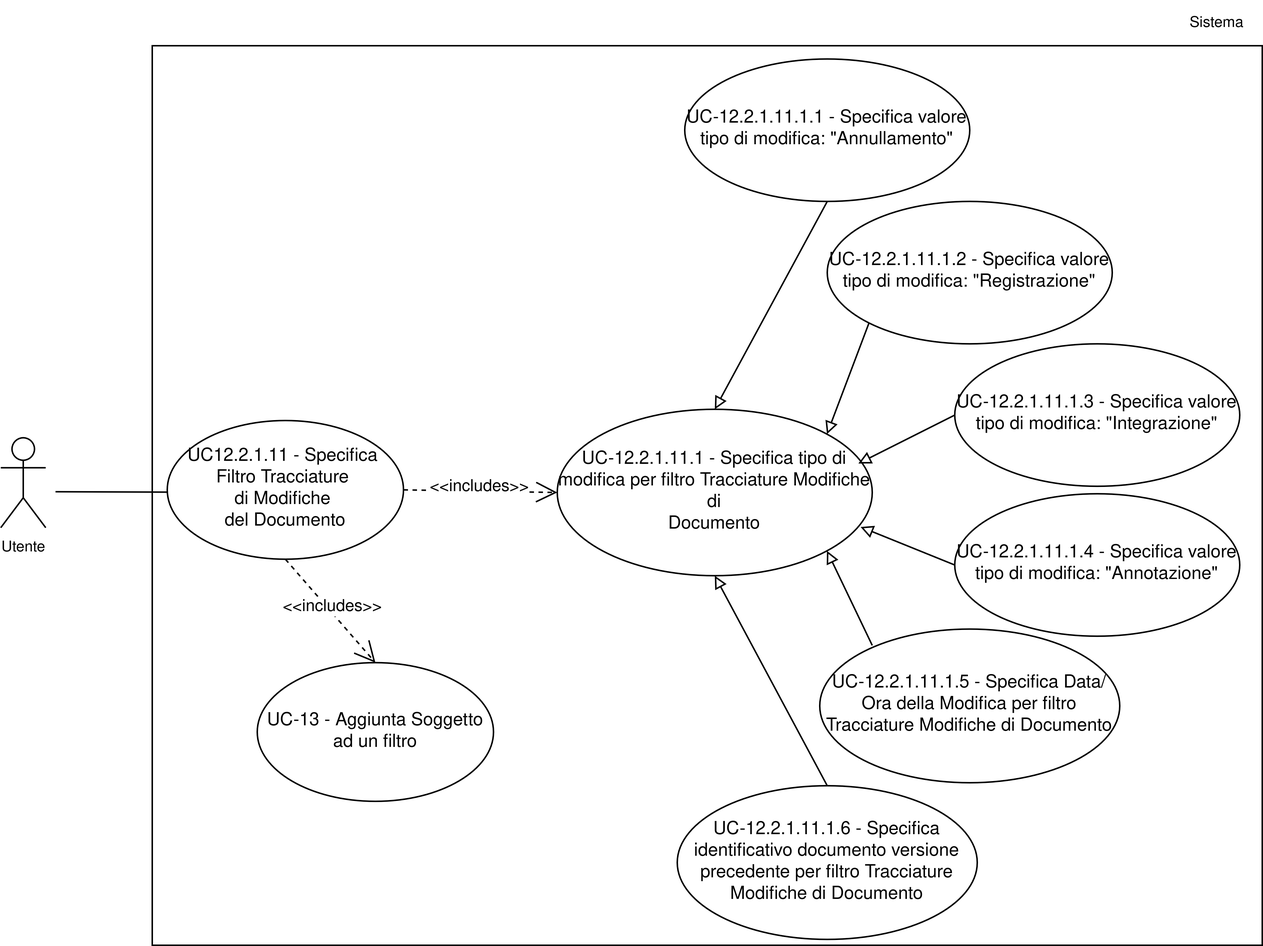
This is assets/uml/UC12.2.1.11.png from 7-ZPUs/Docs, a draw.io export, as it was before one commit. Source tidied: cells renumbered, new cells last; positions are measured from the earlier drawing's top-left corner, leaving out a move shared by most shapes. The source it was exported from:
```xml
<mxGraphModel>
  <root>
    <mxCell id="0" />
    <mxCell id="1" parent="0" />
    <mxCell id="2" value="&lt;div&gt;UC12.2.1.11 - Specifica&amp;nbsp;&lt;/div&gt;&lt;div&gt;Filtro Tracciature&amp;nbsp;&lt;/div&gt;&lt;div&gt;di Modifiche&amp;nbsp;&lt;/div&gt;&lt;div&gt;del Documento&lt;/div&gt;" style="ellipse;whiteSpace=wrap;html=1;" parent="1" vertex="1">
      <mxGeometry x="111" y="280" width="157.5" height="92.5" as="geometry" />
    </mxCell>
    <mxCell id="3" value="&lt;font style=&quot;font-size: 10px;&quot;&gt;Utente&lt;/font&gt;" style="shape=umlActor;verticalLabelPosition=bottom;verticalAlign=top;html=1;outlineConnect=0;" parent="1" vertex="1">
      <mxGeometry y="291.5" width="30" height="60" as="geometry" />
    </mxCell>
    <mxCell id="4" style="endArrow=none;html=1;rounded=0;entryX=0;entryY=0.5;entryDx=0;entryDy=0;" parent="1" edge="1">
      <mxGeometry relative="1" as="geometry">
        <mxPoint x="36.5" y="327.5" as="sourcePoint" />
        <mxPoint x="111" y="327.8" as="targetPoint" />
      </mxGeometry>
    </mxCell>
    <mxCell id="5" value="UC-12.2.1.11.1 - Specifica tipo di modifica per filtro Tracciature Modifiche di&lt;br&gt;Documento" style="ellipse;whiteSpace=wrap;html=1;" parent="1" vertex="1">
      <mxGeometry x="371" y="272.5" width="210" height="111" as="geometry" />
    </mxCell>
    <mxCell id="6" value="&amp;lt;&amp;lt;includes&amp;gt;&amp;gt;" style="endArrow=open;endSize=12;dashed=1;html=1;rounded=0;entryX=0;entryY=0.5;entryDx=0;entryDy=0;exitX=1;exitY=0.5;exitDx=0;exitDy=0;" parent="1" edge="1" source="2" target="5">
      <mxGeometry x="-0.03" y="3" relative="1" as="geometry" />
    </mxCell>
    <mxCell id="7" value="UC-12.2.1.11.1.1 - Specifica valore tipo di modifica: &quot;Annullamento&quot;" style="ellipse;whiteSpace=wrap;html=1;" parent="1" vertex="1">
      <mxGeometry x="456" y="38.9" width="190" height="95" as="geometry" />
    </mxCell>
    <mxCell id="8" value="UC-12.2.1.11.1.2 - Specifica valore tipo di modifica: &quot;Registrazione&quot;" style="ellipse;whiteSpace=wrap;html=1;" parent="1" vertex="1">
      <mxGeometry x="551" y="133.9" width="190" height="95" as="geometry" />
    </mxCell>
    <mxCell id="9" value="UC-12.2.1.11.1.3 - Specifica valore tipo di modifica: &quot;Integrazione&quot;" style="ellipse;whiteSpace=wrap;html=1;" parent="1" vertex="1">
      <mxGeometry x="636" y="228.9" width="190" height="95" as="geometry" />
    </mxCell>
    <mxCell id="10" value="UC-12.2.1.11.1.4 - Specifica valore tipo di modifica: &quot;Annotazione&quot;" style="ellipse;whiteSpace=wrap;html=1;" parent="1" vertex="1">
      <mxGeometry x="636" y="328.9" width="190" height="95" as="geometry" />
    </mxCell>
    <mxCell id="11" value="UC-12.2.1.11.1.5 - Specifica Data/Ora della Modifica per filtro Tracciature Modifiche di Documento" style="ellipse;whiteSpace=wrap;html=1;" parent="1" vertex="1">
      <mxGeometry x="546" y="419.1" width="200" height="102.5" as="geometry" />
    </mxCell>
    <mxCell id="12" value="UC-12.2.1.11.1.6 - Specifica identificativo documento versione precedente per filtro Tracciature Modifiche di Documento" style="ellipse;whiteSpace=wrap;html=1;" parent="1" vertex="1">
      <mxGeometry x="451" y="523.6" width="200" height="102.5" as="geometry" />
    </mxCell>
    <mxCell id="13" value="UC-13 - Aggiunta Soggetto ad un filtro" style="ellipse;whiteSpace=wrap;html=1;" parent="1" vertex="1">
      <mxGeometry x="171" y="441.5" width="157.5" height="92.5" as="geometry" />
    </mxCell>
    <mxCell id="14" value="&amp;lt;&amp;lt;includes&amp;gt;&amp;gt;" style="endArrow=open;endSize=12;dashed=1;html=1;rounded=0;entryX=0.5;entryY=0;entryDx=0;entryDy=0;exitX=0.5;exitY=1;exitDx=0;exitDy=0;" parent="1" edge="1" source="2" target="13">
      <mxGeometry x="-0.03" y="3" relative="1" as="geometry" />
    </mxCell>
    <mxCell id="15" style="endArrow=block;html=1;rounded=0;exitX=0.5;exitY=0;exitDx=0;exitDy=0;entryX=0.5;entryY=1;entryDx=0;entryDy=0;endFill=0;" parent="1" edge="1" source="12" target="5">
      <mxGeometry relative="1" as="geometry" />
    </mxCell>
    <mxCell id="16" style="endArrow=block;html=1;rounded=0;exitX=0.175;exitY=0.106;exitDx=0;exitDy=0;entryX=1;entryY=1;entryDx=0;entryDy=0;endFill=0;exitPerimeter=0;" parent="1" edge="1" source="11" target="5">
      <mxGeometry relative="1" as="geometry" />
    </mxCell>
    <mxCell id="17" style="endArrow=block;html=1;rounded=0;exitX=0;exitY=0.5;exitDx=0;exitDy=0;entryX=0.963;entryY=0.707;entryDx=0;entryDy=0;endFill=0;entryPerimeter=0;" parent="1" edge="1" source="10" target="5">
      <mxGeometry relative="1" as="geometry" />
    </mxCell>
    <mxCell id="18" style="endArrow=block;html=1;rounded=0;exitX=0;exitY=0.5;exitDx=0;exitDy=0;entryX=0.956;entryY=0.326;entryDx=0;entryDy=0;endFill=0;entryPerimeter=0;" parent="1" edge="1" source="9" target="5">
      <mxGeometry relative="1" as="geometry" />
    </mxCell>
    <mxCell id="19" style="endArrow=block;html=1;rounded=0;exitX=0;exitY=1;exitDx=0;exitDy=0;entryX=1;entryY=0;entryDx=0;entryDy=0;endFill=0;" parent="1" edge="1" source="8" target="5">
      <mxGeometry relative="1" as="geometry" />
    </mxCell>
    <mxCell id="20" style="endArrow=block;html=1;rounded=0;exitX=0.5;exitY=1;exitDx=0;exitDy=0;entryX=0.5;entryY=0;entryDx=0;entryDy=0;endFill=0;" parent="1" edge="1" source="7" target="5">
      <mxGeometry relative="1" as="geometry" />
    </mxCell>
    <mxCell id="21" style="rounded=0;whiteSpace=wrap;html=1;fillColor=none;" parent="1" vertex="1">
      <mxGeometry x="101" y="30" width="740" height="600" as="geometry" />
    </mxCell>
    <mxCell id="22" value="&lt;font&gt;Sistema&lt;/font&gt;" style="text;html=1;whiteSpace=wrap;strokeColor=none;fillColor=none;align=center;verticalAlign=middle;rounded=0;fontSize=10;" parent="1" vertex="1">
      <mxGeometry x="781" y="-0.1" width="60" height="30" as="geometry" />
    </mxCell>
  </root>
</mxGraphModel>
```
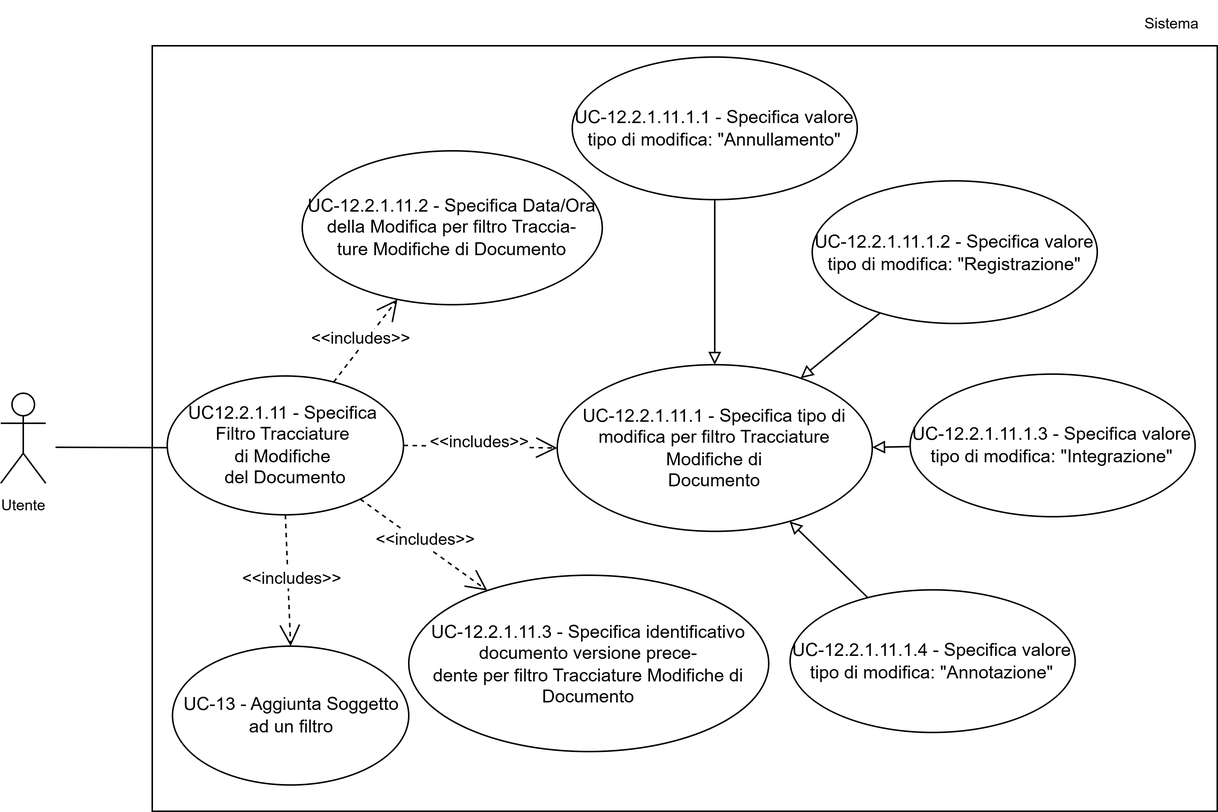
The same diagram one commit later.

The edit, as a diff of the source:
```diff
@@ -2,71 +2,71 @@
   <root>
     <mxCell id="0" />
     <mxCell id="1" parent="0" />
-    <mxCell id="2" value="&lt;div&gt;UC12.2.1.11 - Specifica&amp;nbsp;&lt;/div&gt;&lt;div&gt;Filtro Tracciature&amp;nbsp;&lt;/div&gt;&lt;div&gt;di Modifiche&amp;nbsp;&lt;/div&gt;&lt;div&gt;del Documento&lt;/div&gt;" style="ellipse;whiteSpace=wrap;html=1;" parent="1" vertex="1">
-      <mxGeometry x="111" y="280" width="157.5" height="92.5" as="geometry" />
+    <mxCell id="2" style="rounded=0;whiteSpace=wrap;html=1;fillColor=none;" parent="1" vertex="1">
+      <mxGeometry x="101" y="60" width="710" height="510" as="geometry" />
     </mxCell>
-    <mxCell id="3" value="&lt;font style=&quot;font-size: 10px;&quot;&gt;Utente&lt;/font&gt;" style="shape=umlActor;verticalLabelPosition=bottom;verticalAlign=top;html=1;outlineConnect=0;" parent="1" vertex="1">
-      <mxGeometry y="291.5" width="30" height="60" as="geometry" />
+    <mxCell id="3" value="&lt;div&gt;UC12.2.1.11 - Specifica&amp;nbsp;&lt;/div&gt;&lt;div&gt;Filtro Tracciature&amp;nbsp;&lt;/div&gt;&lt;div&gt;di Modifiche&amp;nbsp;&lt;/div&gt;&lt;div&gt;del Documento&lt;/div&gt;" style="ellipse;whiteSpace=wrap;html=1;" parent="1" vertex="1">
+      <mxGeometry x="111" y="280" width="157.5" height="92.5" as="geometry" />
     </mxCell>
-    <mxCell id="4" style="endArrow=none;html=1;rounded=0;entryX=0;entryY=0.5;entryDx=0;entryDy=0;" parent="1" edge="1">
-      <mxGeometry relative="1" as="geometry">
-        <mxPoint x="36.5" y="327.5" as="sourcePoint" />
-        <mxPoint x="111" y="327.8" as="targetPoint" />
-      </mxGeometry>
+    <mxCell id="4" value="&lt;font style=&quot;font-size: 10px;&quot;&gt;Utente&lt;/font&gt;" style="shape=umlActor;verticalLabelPosition=bottom;verticalAlign=top;html=1;" parent="1" vertex="1">
+      <mxGeometry y="291.5" width="30" height="60" as="geometry" />
     </mxCell>
-    <mxCell id="5" value="UC-12.2.1.11.1 - Specifica tipo di modifica per filtro Tracciature Modifiche di&lt;br&gt;Documento" style="ellipse;whiteSpace=wrap;html=1;" parent="1" vertex="1">
-      <mxGeometry x="371" y="272.5" width="210" height="111" as="geometry" />
+    <mxCell id="5" style="endArrow=none;html=1;rounded=0;entryX=0;entryY=0.5;entryDx=0;entryDy=0;" parent="1" edge="1">
+      <mxGeometry relative="1" as="geometry">
+        <mxPoint x="36.5" y="327.5" as="sourcePoint" />
+        <mxPoint x="111" y="327.8" as="targetPoint" />
+      </mxGeometry>
     </mxCell>
-    <mxCell id="6" value="&amp;lt;&amp;lt;includes&amp;gt;&amp;gt;" style="endArrow=open;endSize=12;dashed=1;html=1;rounded=0;entryX=0;entryY=0.5;entryDx=0;entryDy=0;exitX=1;exitY=0.5;exitDx=0;exitDy=0;" parent="1" edge="1" source="2" target="5">
-      <mxGeometry x="-0.03" y="3" relative="1" as="geometry" />
+    <mxCell id="6" value="UC-12.2.1.11.1 - Specifica tipo di modifica per filtro Tracciature Modifiche di&lt;br&gt;Documento" style="ellipse;whiteSpace=wrap;html=1;" parent="1" vertex="1">
+      <mxGeometry x="371" y="272.5" width="210" height="111" as="geometry" />
     </mxCell>
-    <mxCell id="7" value="UC-12.2.1.11.1.1 - Specifica valore tipo di modifica: &quot;Annullamento&quot;" style="ellipse;whiteSpace=wrap;html=1;" parent="1" vertex="1">
-      <mxGeometry x="456" y="38.9" width="190" height="95" as="geometry" />
+    <mxCell id="7" value="&amp;lt;&amp;lt;includes&amp;gt;&amp;gt;" style="endArrow=open;endSize=12;dashed=1;html=1;rounded=0;entryX=0;entryY=0.5;entryDx=0;entryDy=0;exitX=1;exitY=0.5;exitDx=0;exitDy=0;" parent="1" edge="1" source="3" target="6">
+      <mxGeometry x="-0.03" y="3" relative="1" as="geometry" />
     </mxCell>
-    <mxCell id="8" value="UC-12.2.1.11.1.2 - Specifica valore tipo di modifica: &quot;Registrazione&quot;" style="ellipse;whiteSpace=wrap;html=1;" parent="1" vertex="1">
-      <mxGeometry x="551" y="133.9" width="190" height="95" as="geometry" />
+    <mxCell id="8" value="UC-12.2.1.11.1.1 - Specifica valore tipo di modifica: &quot;Annullamento&quot;" style="ellipse;whiteSpace=wrap;html=1;" parent="1" vertex="1">
+      <mxGeometry x="381" y="67.5" width="190" height="95" as="geometry" />
     </mxCell>
-    <mxCell id="9" value="UC-12.2.1.11.1.3 - Specifica valore tipo di modifica: &quot;Integrazione&quot;" style="ellipse;whiteSpace=wrap;html=1;" parent="1" vertex="1">
-      <mxGeometry x="636" y="228.9" width="190" height="95" as="geometry" />
+    <mxCell id="9" value="UC-12.2.1.11.1.2 - Specifica valore tipo di modifica: &quot;Registrazione&quot;" style="ellipse;whiteSpace=wrap;html=1;" parent="1" vertex="1">
+      <mxGeometry x="541" y="150" width="190" height="95" as="geometry" />
     </mxCell>
-    <mxCell id="10" value="UC-12.2.1.11.1.4 - Specifica valore tipo di modifica: &quot;Annotazione&quot;" style="ellipse;whiteSpace=wrap;html=1;" parent="1" vertex="1">
-      <mxGeometry x="636" y="328.9" width="190" height="95" as="geometry" />
+    <mxCell id="10" value="UC-12.2.1.11.1.3 - Specifica valore tipo di modifica: &quot;Integrazione&quot;" style="ellipse;whiteSpace=wrap;html=1;" parent="1" vertex="1">
+      <mxGeometry x="606.2" y="278.8" width="190" height="95" as="geometry" />
     </mxCell>
-    <mxCell id="11" value="UC-12.2.1.11.1.5 - Specifica Data/Ora della Modifica per filtro Tracciature Modifiche di Documento" style="ellipse;whiteSpace=wrap;html=1;" parent="1" vertex="1">
-      <mxGeometry x="546" y="419.1" width="200" height="102.5" as="geometry" />
+    <mxCell id="11" value="UC-12.2.1.11.1.4 - Specifica valore tipo di modifica: &quot;Annotazione&quot;" style="ellipse;whiteSpace=wrap;html=1;" parent="1" vertex="1">
+      <mxGeometry x="526.2" y="422.5" width="190" height="95" as="geometry" />
     </mxCell>
-    <mxCell id="12" value="UC-12.2.1.11.1.6 - Specifica identificativo documento versione precedente per filtro Tracciature Modifiche di Documento" style="ellipse;whiteSpace=wrap;html=1;" parent="1" vertex="1">
-      <mxGeometry x="451" y="523.6" width="200" height="102.5" as="geometry" />
+    <mxCell id="12" value="&lt;div&gt;UC-12.2.1.11.2 - Specifica Data/Ora della Modifica per filtro Traccia-&lt;/div&gt;&lt;div&gt;ture Modifiche di Documento&lt;/div&gt;" style="ellipse;whiteSpace=wrap;html=1;" parent="1" vertex="1">
+      <mxGeometry x="201" y="130" width="200" height="102.5" as="geometry" />
     </mxCell>
-    <mxCell id="13" value="UC-13 - Aggiunta Soggetto ad un filtro" style="ellipse;whiteSpace=wrap;html=1;" parent="1" vertex="1">
-      <mxGeometry x="171" y="441.5" width="157.5" height="92.5" as="geometry" />
+    <mxCell id="13" value="&lt;div&gt;UC-12.2.1.11.3 - Specifica identificativo documento versione prece-&lt;/div&gt;&lt;div&gt;dente per filtro Tracciature Modifiche di Documento&lt;/div&gt;" style="ellipse;whiteSpace=wrap;html=1;" parent="1" vertex="1">
+      <mxGeometry x="272" y="412.8" width="240" height="117.5" as="geometry" />
     </mxCell>
-    <mxCell id="14" value="&amp;lt;&amp;lt;includes&amp;gt;&amp;gt;" style="endArrow=open;endSize=12;dashed=1;html=1;rounded=0;entryX=0.5;entryY=0;entryDx=0;entryDy=0;exitX=0.5;exitY=1;exitDx=0;exitDy=0;" parent="1" edge="1" source="2" target="13">
-      <mxGeometry x="-0.03" y="3" relative="1" as="geometry" />
+    <mxCell id="14" value="UC-13 - Aggiunta Soggetto ad un filtro" style="ellipse;whiteSpace=wrap;html=1;" parent="1" vertex="1">
+      <mxGeometry x="114.5" y="460" width="157.5" height="92.5" as="geometry" />
     </mxCell>
-    <mxCell id="15" style="endArrow=block;html=1;rounded=0;exitX=0.5;exitY=0;exitDx=0;exitDy=0;entryX=0.5;entryY=1;entryDx=0;entryDy=0;endFill=0;" parent="1" edge="1" source="12" target="5">
-      <mxGeometry relative="1" as="geometry" />
+    <mxCell id="15" value="&amp;lt;&amp;lt;includes&amp;gt;&amp;gt;" style="endArrow=open;endSize=12;dashed=1;html=1;rounded=0;entryX=0.5;entryY=0;entryDx=0;entryDy=0;exitX=0.5;exitY=1;exitDx=0;exitDy=0;" parent="1" edge="1" source="3" target="14">
+      <mxGeometry x="-0.03" y="3" relative="1" as="geometry" />
     </mxCell>
-    <mxCell id="16" style="endArrow=block;html=1;rounded=0;exitX=0.175;exitY=0.106;exitDx=0;exitDy=0;entryX=1;entryY=1;entryDx=0;entryDy=0;endFill=0;exitPerimeter=0;" parent="1" edge="1" source="11" target="5">
+    <mxCell id="16" style="endArrow=block;html=1;rounded=0;endFill=0;" parent="1" edge="1" source="11" target="6">
       <mxGeometry relative="1" as="geometry" />
     </mxCell>
-    <mxCell id="17" style="endArrow=block;html=1;rounded=0;exitX=0;exitY=0.5;exitDx=0;exitDy=0;entryX=0.963;entryY=0.707;entryDx=0;entryDy=0;endFill=0;entryPerimeter=0;" parent="1" edge="1" source="10" target="5">
+    <mxCell id="17" style="endArrow=block;html=1;rounded=0;endFill=0;" parent="1" edge="1" source="10" target="6">
       <mxGeometry relative="1" as="geometry" />
     </mxCell>
-    <mxCell id="18" style="endArrow=block;html=1;rounded=0;exitX=0;exitY=0.5;exitDx=0;exitDy=0;entryX=0.956;entryY=0.326;entryDx=0;entryDy=0;endFill=0;entryPerimeter=0;" parent="1" edge="1" source="9" target="5">
+    <mxCell id="18" style="endArrow=block;html=1;rounded=0;endFill=0;" parent="1" edge="1" source="9" target="6">
       <mxGeometry relative="1" as="geometry" />
     </mxCell>
-    <mxCell id="19" style="endArrow=block;html=1;rounded=0;exitX=0;exitY=1;exitDx=0;exitDy=0;entryX=1;entryY=0;entryDx=0;entryDy=0;endFill=0;" parent="1" edge="1" source="8" target="5">
+    <mxCell id="19" style="endArrow=block;html=1;rounded=0;endFill=0;" parent="1" edge="1" source="8" target="6">
       <mxGeometry relative="1" as="geometry" />
     </mxCell>
-    <mxCell id="20" style="endArrow=block;html=1;rounded=0;exitX=0.5;exitY=1;exitDx=0;exitDy=0;entryX=0.5;entryY=0;entryDx=0;entryDy=0;endFill=0;" parent="1" edge="1" source="7" target="5">
-      <mxGeometry relative="1" as="geometry" />
+    <mxCell id="20" value="&lt;font&gt;Sistema&lt;/font&gt;" style="text;html=1;whiteSpace=wrap;strokeColor=none;fillColor=none;align=center;verticalAlign=middle;rounded=0;fontSize=10;" parent="1" vertex="1">
+      <mxGeometry x="751" y="29.9" width="60" height="30" as="geometry" />
     </mxCell>
-    <mxCell id="21" style="rounded=0;whiteSpace=wrap;html=1;fillColor=none;" parent="1" vertex="1">
-      <mxGeometry x="101" y="30" width="740" height="600" as="geometry" />
+    <mxCell id="21" value="&amp;lt;&amp;lt;includes&amp;gt;&amp;gt;" style="endArrow=open;endSize=12;dashed=1;html=1;rounded=0;" parent="1" edge="1" source="3" target="13">
+      <mxGeometry x="-0.03" y="3" relative="1" as="geometry" />
     </mxCell>
-    <mxCell id="22" value="&lt;font&gt;Sistema&lt;/font&gt;" style="text;html=1;whiteSpace=wrap;strokeColor=none;fillColor=none;align=center;verticalAlign=middle;rounded=0;fontSize=10;" parent="1" vertex="1">
-      <mxGeometry x="781" y="-0.1" width="60" height="30" as="geometry" />
+    <mxCell id="22" value="&amp;lt;&amp;lt;includes&amp;gt;&amp;gt;" style="endArrow=open;endSize=12;dashed=1;html=1;rounded=0;" parent="1" edge="1" source="3" target="12">
+      <mxGeometry x="-0.03" y="3" relative="1" as="geometry" />
     </mxCell>
   </root>
 </mxGraphModel>
```
